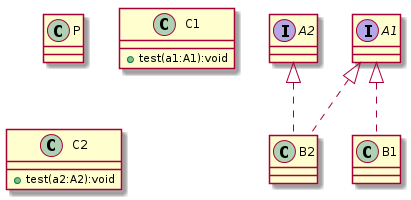
Above: Output-Diagrams/OutputClassDiagram2.png in amitakamat/Amita-Kamat-CMPE-202 (PlantUML), before the change.
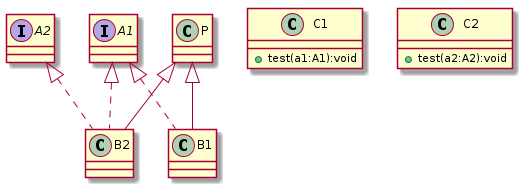
The same file after the commit.

Change to the diagram source:
```diff
@@ -17,5 +17,7 @@
 }
 A1 <|.. B2
 A2 <|.. B2
+P <|-- B2
 A1 <|.. B1
+P <|-- B1
 @enduml
```
